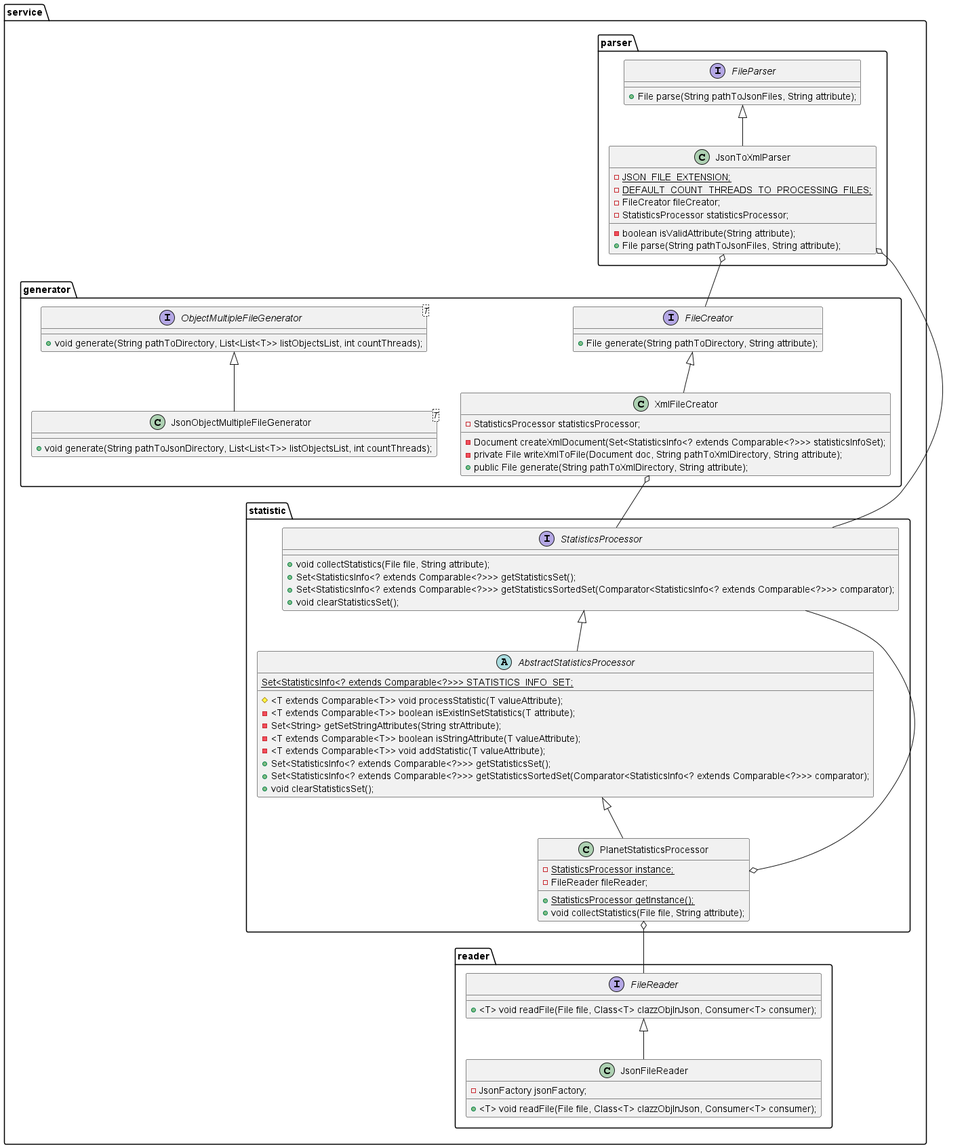
The PlantUML diagram java-core-parser-hw-1/src/main/resources/github-data/architecture-diagram-0.png in dima666Sik/ProfITsoft-Internship, before a commit.
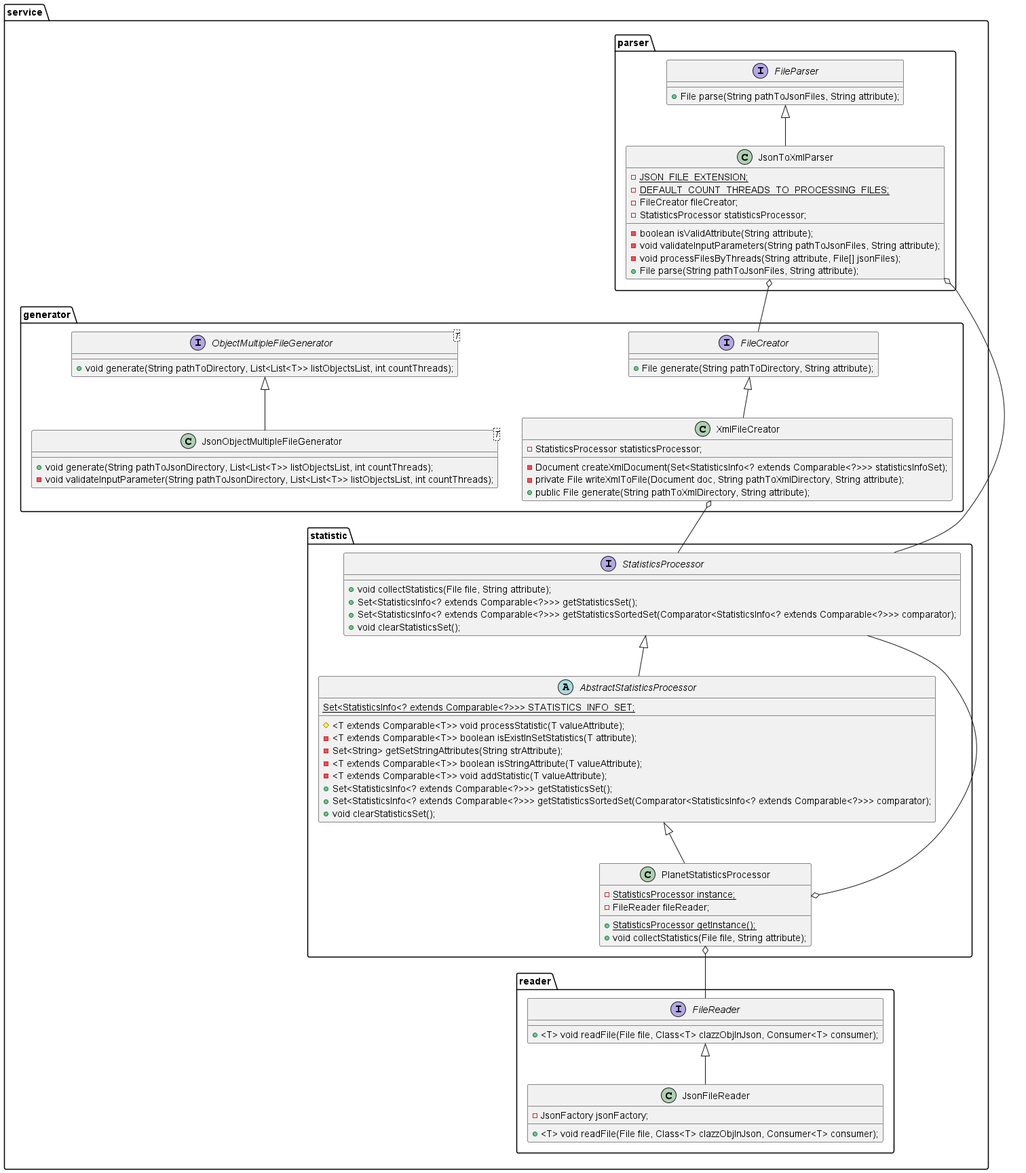
Later version of the same file.

Commit message:
Update architecture diagram.

The edit, as a diff of the source:
```diff
@@ -10,6 +10,7 @@
         }
         class JsonObjectMultipleFileGenerator<T>{
             + void generate(String pathToJsonDirectory, List<List<T>> listObjectsList, int countThreads);
+            - void validateInputParameter(String pathToJsonDirectory, List<List<T>> listObjectsList, int countThreads);
         }
         class XmlFileCreator{
             - StatisticsProcessor statisticsProcessor;
@@ -28,6 +29,8 @@
             - FileCreator fileCreator;
             - StatisticsProcessor statisticsProcessor;
             - boolean isValidAttribute(String attribute);
+            - void validateInputParameters(String pathToJsonFiles, String attribute);
+            - void processFilesByThreads(String attribute, File[] jsonFiles);
             + File parse(String pathToJsonFiles, String attribute);
         }
     }
```
